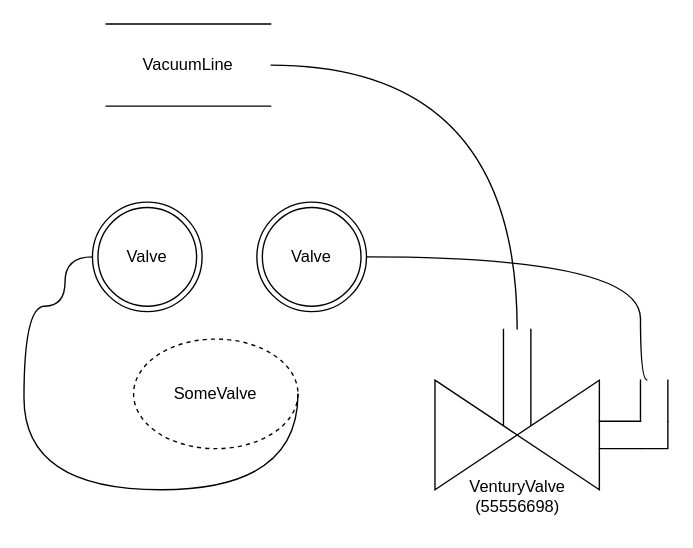
This is saabVacuumLine.drawio from mainSystems/diagrams, a draw.io file, before an edit. Source tidied: cells renumbered, new cells numbered last; positions are measured from the earlier drawing's top-left corner, leaving out a move shared by most shapes. Both pictures are drawn from the tidied source at 137%, with x=0, y=0 at pixel (23, 23).
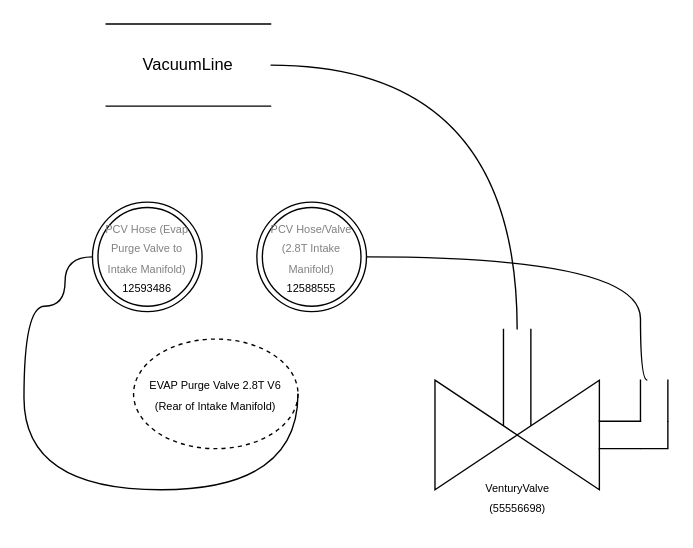
The same page after the edit.

What changed in the source:
```diff
@@
-    <mxCell id="2" value="Valve" style="ellipse;shape=doubleEllipse;whiteSpace=wrap;html=1;" parent="1" vertex="1">
+    <mxCell id="2" value="&lt;font style=&quot;font-size: 8px;&quot;&gt;&lt;a style=&quot;text-decoration: none; color: rgb(128, 128, 128); font-family: Saab, sans-serif; font-size: 8px;&quot; href=&quot;https://www.esaabparts.com/saab/parts/12593486&quot;&gt;PCV Hose (Evap Purge Valve to Intake Manifold)&lt;/a&gt;&lt;br&gt;12593486&lt;br&gt;&lt;/font&gt;" style="ellipse;shape=doubleEllipse;whiteSpace=wrap;html=1;" parent="1" vertex="1">
       <mxGeometry x="50" y="130" width="80" height="80" as="geometry" />
     </mxCell>
-    <mxCell id="3" value="Valve" style="ellipse;shape=doubleEllipse;whiteSpace=wrap;html=1;" parent="1" vertex="1">
+    <mxCell id="3" value="&lt;font size=&quot;1&quot;&gt;&lt;a style=&quot;text-decoration: none; color: rgb(128, 128, 128); font-family: Saab, sans-serif; font-size: 8px;&quot; href=&quot;https://www.esaabparts.com/saab/parts/12588555&quot;&gt;PCV Hose/Valve (2.8T Intake Manifold)&lt;/a&gt;&lt;/font&gt;&lt;br&gt;&lt;font style=&quot;font-size: 8px;&quot;&gt;12588555&lt;br&gt;&lt;/font&gt;" style="ellipse;shape=doubleEllipse;whiteSpace=wrap;html=1;" parent="1" vertex="1">
       <mxGeometry x="170" y="130" width="80" height="80" as="geometry" />
     </mxCell>
@@
-    <mxCell id="10" value="SomeValve" style="ellipse;whiteSpace=wrap;html=1;dashed=1;" parent="1" vertex="1">
+    <mxCell id="10" value="&lt;font style=&quot;font-size: 8px;&quot;&gt;EVAP Purge Valve 2.8T V6 (Rear of Intake Manifold)&lt;/font&gt;" style="ellipse;whiteSpace=wrap;html=1;dashed=1;" parent="1" vertex="1">
       <mxGeometry x="80" y="230" width="120" height="80" as="geometry" />
     </mxCell>
@@
-    <mxCell id="15" value="VenturyValve&lt;br&gt;(55556698)" style="text;html=1;align=center;verticalAlign=middle;strokeColor=none;fillColor=none;" parent="1" vertex="1">
-      <mxGeometry x="315" y="325" width="90" height="40" as="geometry" />
+    <mxCell id="15" value="&lt;font style=&quot;font-size: 8px;&quot;&gt;VenturyValve&lt;br&gt;(55556698)&lt;/font&gt;" style="text;html=1;align=center;verticalAlign=middle;strokeColor=none;fillColor=none;" parent="1" vertex="1">
+      <mxGeometry x="325" y="325" width="70" height="40" as="geometry" />
     </mxCell>
```
